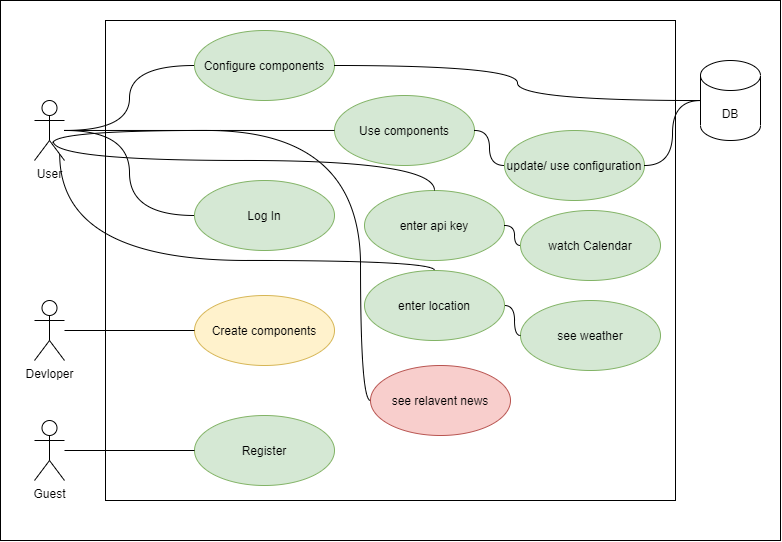
This is usecase/UseCase.drawio.png from papatohu/docs, a draw.io export, as it was before one commit. Source tidied: cells renumbered, new cells last; positions are measured from the earlier drawing's top-left corner, leaving out a move shared by most shapes.
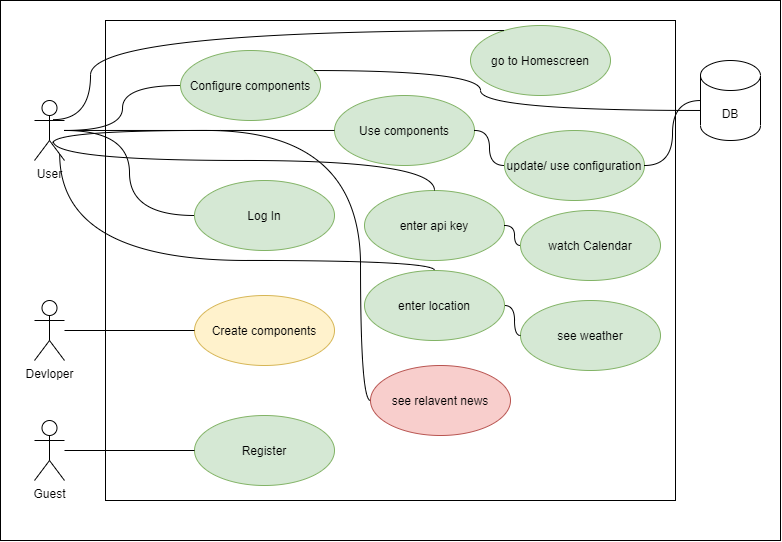
The same file after the commit.

Change to the diagram source:
```diff
@@ -9,7 +9,7 @@
       <mxGeometry x="105" y="20" width="570" height="480" as="geometry" />
     </mxCell>
     <mxCell id="4" value="Configure components" style="ellipse;whiteSpace=wrap;html=1;fillColor=#d5e8d4;strokeColor=#82b366;" parent="1" vertex="1">
-      <mxGeometry x="194" y="30" width="140" height="70" as="geometry" />
+      <mxGeometry x="180" y="50" width="140" height="70" as="geometry" />
     </mxCell>
     <mxCell id="5" value="Devloper" style="shape=umlActor;verticalLabelPosition=bottom;verticalAlign=top;html=1;" parent="1" vertex="1">
       <mxGeometry x="34" y="300" width="30" height="60" as="geometry" />
@@ -47,7 +47,12 @@
       <mxGeometry relative="1" as="geometry" />
     </mxCell>
     <mxCell id="15" style="endArrow=none;html=1;edgeStyle=orthogonalEdgeStyle;rounded=0;curved=1;" parent="1" edge="1" source="4" target="11">
-      <mxGeometry relative="1" as="geometry" />
+      <mxGeometry relative="1" as="geometry">
+        <Array as="points">
+          <mxPoint x="480" y="70" />
+          <mxPoint x="480" y="110" />
+        </Array>
+      </mxGeometry>
     </mxCell>
     <mxCell id="16" value="update/ use configuration" style="ellipse;whiteSpace=wrap;html=1;fillColor=#d5e8d4;strokeColor=#82b366;" parent="1" vertex="1">
       <mxGeometry x="504" y="130" width="140" height="70" as="geometry" />
@@ -113,5 +118,16 @@
         </Array>
       </mxGeometry>
     </mxCell>
+    <mxCell id="32" value="go to Homescreen" style="ellipse;whiteSpace=wrap;html=1;fillColor=#d5e8d4;strokeColor=#82b366;" parent="1" vertex="1">
+      <mxGeometry x="470" y="25" width="140" height="70" as="geometry" />
+    </mxCell>
+    <mxCell id="33" style="endArrow=none;html=1;edgeStyle=orthogonalEdgeStyle;rounded=0;curved=1;exitX=0.629;exitY=0.319;exitDx=0;exitDy=0;exitPerimeter=0;" parent="1" edge="1" source="6" target="32">
+      <mxGeometry relative="1" as="geometry">
+        <Array as="points">
+          <mxPoint x="90" y="119" />
+          <mxPoint x="90" y="30" />
+        </Array>
+      </mxGeometry>
+    </mxCell>
   </root>
 </mxGraphModel>
```
